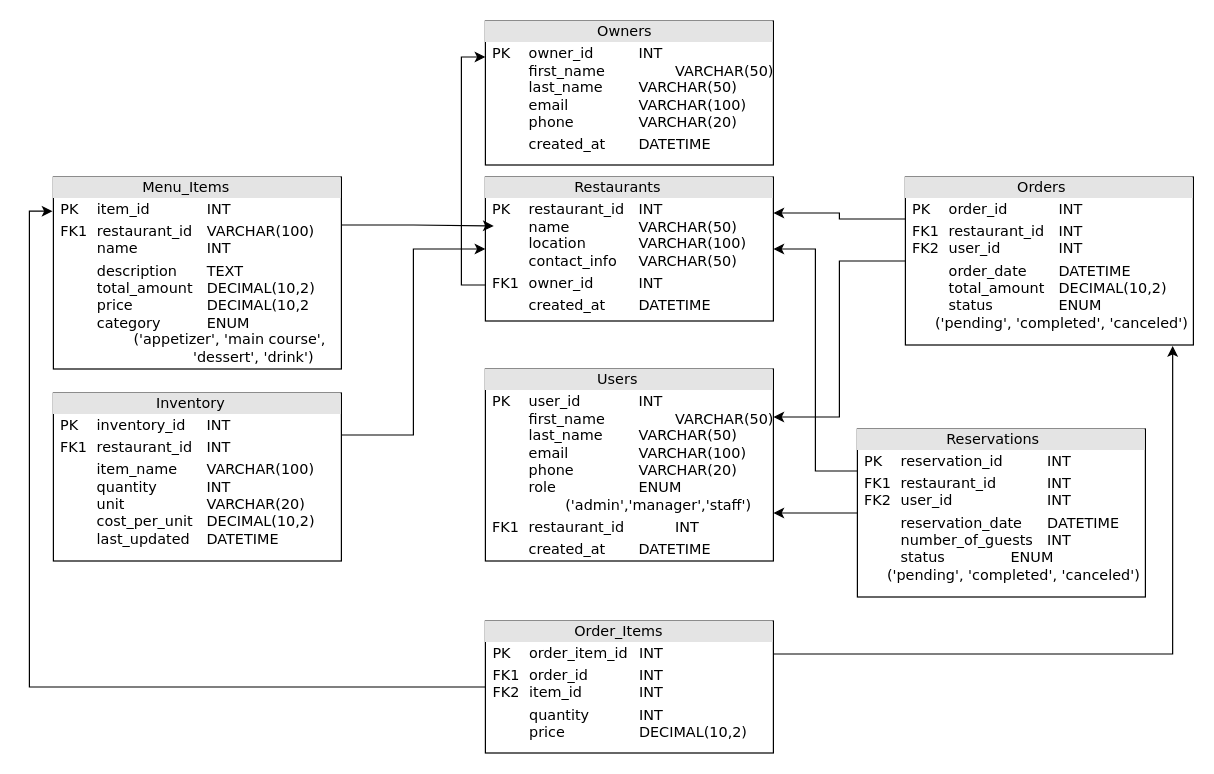
This is Untitled Diagram.drawio from SafwanAltawil/HelloWorld, a draw.io file, before an edit. Source tidied: cells renumbered, new cells numbered last; positions are measured from the earlier drawing's top-left corner, leaving out a move shared by most shapes. Both pictures are drawn from the tidied source at 120%, with x=0, y=0 at pixel (53, 20).
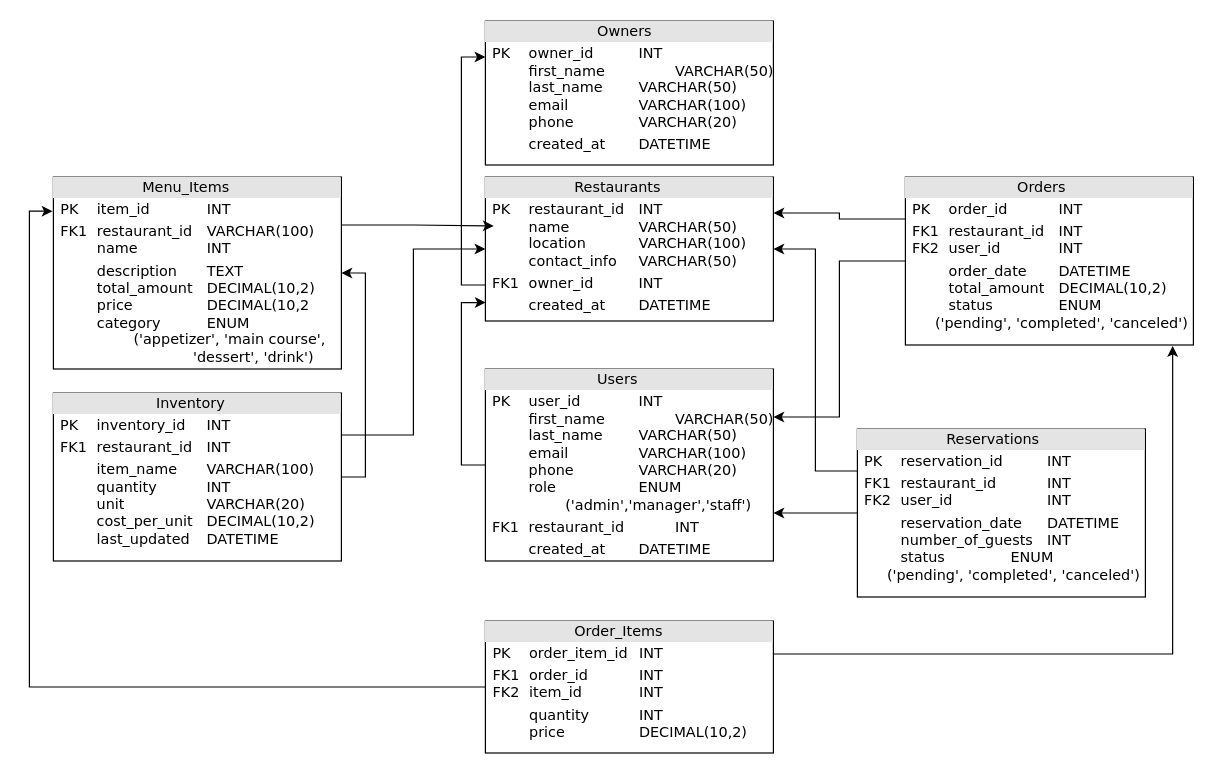
The same diagram, later.

The change refers to these unchanged cells:
```xml
<mxCell id="3" value="&lt;div style=&quot;box-sizing:border-box;width:100%;background:#e4e4e4;padding:2px;&quot;&gt;&lt;span style=&quot;white-space: pre;&quot;&gt;&#9;&lt;/span&gt;&lt;span style=&quot;white-space: pre;&quot;&gt;&#9;&lt;/span&gt;&amp;nbsp; &amp;nbsp;Restaurants&lt;/div&gt;&lt;table style=&quot;width:100%;font-size:1em;&quot; cellpadding=&quot;2&quot; cellspacing=&quot;0&quot;&gt;&lt;tbody&gt;&lt;tr&gt;&lt;td&gt;&lt;br&gt;&lt;/td&gt;&lt;td&gt;PK&lt;span style=&quot;white-space: pre;&quot;&gt;&#9;&lt;/span&gt;restaurant_id&lt;span style=&quot;white-space: pre;&quot;&gt;&#9;&lt;/span&gt;INT&lt;br&gt;&lt;span style=&quot;white-space: pre;&quot;&gt;&#9;&lt;/span&gt;name&lt;span style=&quot;white-space: pre;&quot;&gt;&#9;&lt;span style=&quot;white-space: pre;&quot;&gt;&#9;&lt;/span&gt;&lt;/span&gt;VARCHAR(50)&lt;br&gt;&lt;span style=&quot;white-space: pre;&quot;&gt;&#9;&lt;/span&gt;location &lt;span style=&quot;white-space: pre;&quot;&gt;&#9;&lt;span style=&quot;white-space: pre;&quot;&gt;&#9;&lt;/span&gt;&lt;/span&gt;VARCHAR(100)&lt;span style=&quot;white-space: pre;&quot;&gt;&#9;&lt;/span&gt;&lt;span style=&quot;white-space: pre;&quot;&gt;&#9;&lt;/span&gt;&lt;br&gt;&lt;span style=&quot;white-space: pre;&quot;&gt;&#9;&lt;/span&gt;contact_info&lt;span style=&quot;white-space: pre;&quot;&gt;&#9;&lt;/span&gt;VARCHAR(50)&lt;br&gt;&lt;/td&gt;&lt;/tr&gt;&lt;tr&gt;&lt;td&gt;&lt;br&gt;&lt;/td&gt;&lt;td&gt;FK1&lt;span style=&quot;white-space: pre;&quot;&gt;&#9;&lt;/span&gt;owner_id &lt;span style=&quot;white-space: pre;&quot;&gt;&#9;&lt;/span&gt;&lt;span style=&quot;white-space: pre;&quot;&gt;&#9;&lt;/span&gt;INT&lt;/td&gt;&lt;/tr&gt;&lt;tr&gt;&lt;td&gt;&lt;/td&gt;&lt;td&gt;&lt;span style=&quot;white-space: pre;&quot;&gt;&#9;&lt;/span&gt;created_at &lt;span style=&quot;white-space: pre;&quot;&gt;&#9;&lt;/span&gt;DATETIME&lt;span style=&quot;white-space: pre;&quot;&gt;&#9;&lt;/span&gt;&lt;br&gt;&lt;br&gt;&lt;br&gt;&lt;/td&gt;&lt;/tr&gt;&lt;/tbody&gt;&lt;/table&gt;" style="verticalAlign=top;align=left;overflow=fill;html=1;rounded=0;shadow=0;comic=0;labelBackgroundColor=none;strokeWidth=1;fontFamily=Verdana;fontSize=12;direction=west;" parent="1" vertex="1">
  <mxGeometry x="360" y="130" width="240" height="120" as="geometry" />
</mxCell>
<mxCell id="4" value="&lt;div style=&quot;box-sizing:border-box;width:100%;background:#e4e4e4;padding:2px;&quot;&gt;&lt;span style=&quot;white-space: pre;&quot;&gt;&#9;&lt;/span&gt;&lt;span style=&quot;white-space: pre;&quot;&gt;&#9;&lt;span style=&quot;white-space: pre;&quot;&gt;&#9;&lt;/span&gt;&lt;/span&gt;Users&lt;/div&gt;&lt;table style=&quot;width:100%;font-size:1em;&quot; cellpadding=&quot;2&quot; cellspacing=&quot;0&quot;&gt;&lt;tbody&gt;&lt;tr&gt;&lt;td&gt;&lt;br&gt;&lt;/td&gt;&lt;td&gt;PK&lt;span style=&quot;white-space: pre;&quot;&gt;&#9;&lt;/span&gt;user_id &lt;span style=&quot;white-space: pre;&quot;&gt;&#9;&lt;/span&gt;&lt;span style=&quot;white-space: pre;&quot;&gt;&#9;&lt;/span&gt;INT&lt;br&gt;&lt;span style=&quot;white-space: pre;&quot;&gt;&#9;&lt;/span&gt;first_name&lt;span style=&quot;white-space: pre;&quot;&gt;&#9;&lt;span style=&quot;white-space: pre;&quot;&gt;&#9;&lt;/span&gt;&lt;/span&gt;VARCHAR(50)&lt;br&gt;&lt;span style=&quot;white-space: pre;&quot;&gt;&#9;&lt;/span&gt;last_name &lt;span style=&quot;white-space: pre;&quot;&gt;&#9;&lt;/span&gt;VARCHAR(50)&lt;span style=&quot;white-space: pre;&quot;&gt;&#9;&lt;/span&gt;&lt;span style=&quot;white-space: pre;&quot;&gt;&#9;&lt;/span&gt;&lt;br&gt;&lt;span style=&quot;white-space: pre;&quot;&gt;&#9;&lt;/span&gt;email&lt;span style=&quot;white-space: pre;&quot;&gt;&#9;&lt;/span&gt;&lt;span style=&quot;white-space: pre;&quot;&gt;&#9;&lt;/span&gt;VARCHAR(100)&lt;br&gt;&lt;span style=&quot;white-space: pre;&quot;&gt;&#9;&lt;/span&gt;phone&lt;span style=&quot;white-space: pre;&quot;&gt;&#9;&lt;/span&gt;&lt;span style=&quot;white-space: pre;&quot;&gt;&#9;&lt;/span&gt;VARCHAR(20)&lt;br&gt;&lt;span style=&quot;white-space: pre;&quot;&gt;&#9;&lt;/span&gt;role &lt;span style=&quot;white-space: pre;&quot;&gt;&#9;&lt;/span&gt;&lt;span style=&quot;white-space: pre;&quot;&gt;&#9;&lt;/span&gt;&lt;span style=&quot;white-space: pre;&quot;&gt;&#9;&lt;/span&gt;ENUM&lt;br&gt;&lt;span style=&quot;white-space: pre;&quot;&gt;&#9;&lt;/span&gt;&lt;span style=&quot;white-space: pre;&quot;&gt;&#9;&lt;/span&gt;('admin','manager','staff')&lt;br&gt;&lt;/td&gt;&lt;/tr&gt;&lt;tr&gt;&lt;td&gt;&lt;br&gt;&lt;/td&gt;&lt;td&gt;FK1&lt;span style=&quot;white-space: pre;&quot;&gt;&#9;&lt;/span&gt;restaurant_id &lt;span style=&quot;white-space: pre;&quot;&gt;&#9;&lt;/span&gt;&lt;span style=&quot;white-space: pre;&quot;&gt;&#9;&lt;/span&gt;INT&lt;/td&gt;&lt;/tr&gt;&lt;tr&gt;&lt;td&gt;&lt;/td&gt;&lt;td&gt;&lt;span style=&quot;white-space: pre;&quot;&gt;&#9;&lt;/span&gt;created_at &lt;span style=&quot;white-space: pre;&quot;&gt;&#9;&lt;/span&gt;DATETIME&lt;span style=&quot;white-space: pre;&quot;&gt;&#9;&lt;/span&gt;&lt;br&gt;&lt;br&gt;&lt;br&gt;&lt;/td&gt;&lt;/tr&gt;&lt;/tbody&gt;&lt;/table&gt;" style="verticalAlign=top;align=left;overflow=fill;html=1;rounded=0;shadow=0;comic=0;labelBackgroundColor=none;strokeWidth=1;fontFamily=Verdana;fontSize=12;direction=west;" parent="1" vertex="1">
  <mxGeometry x="360" y="290" width="240" height="160" as="geometry" />
</mxCell>
<mxCell id="9" value="&lt;div style=&quot;box-sizing:border-box;width:100%;background:#e4e4e4;padding:2px;&quot;&gt;&lt;span style=&quot;white-space: pre;&quot;&gt;&#9;&lt;span style=&quot;white-space: pre;&quot;&gt;&#9;&lt;/span&gt;   &lt;/span&gt;Menu_Items&lt;/div&gt;&lt;table style=&quot;width:100%;font-size:1em;&quot; cellpadding=&quot;2&quot; cellspacing=&quot;0&quot;&gt;&lt;tbody&gt;&lt;tr&gt;&lt;td&gt;&lt;br&gt;&lt;/td&gt;&lt;td&gt;PK&lt;span style=&quot;white-space: pre;&quot;&gt;&#9;&lt;/span&gt;item_id&lt;span style=&quot;white-space: pre;&quot;&gt;&#9;&lt;/span&gt;&lt;span style=&quot;white-space: pre;&quot;&gt;&#9;&lt;/span&gt;INT&lt;br&gt;&lt;/td&gt;&lt;/tr&gt;&lt;tr&gt;&lt;td&gt;&lt;br&gt;&lt;/td&gt;&lt;td&gt;FK1&lt;span style=&quot;white-space: pre;&quot;&gt;&#9;&lt;/span&gt;restaurant_id &lt;span style=&quot;white-space: pre;&quot;&gt;&#9;&lt;/span&gt;VARCHAR(100)&lt;br&gt;&lt;span style=&quot;white-space: pre;&quot;&gt;&#9;&lt;/span&gt;name &lt;span style=&quot;white-space: pre;&quot;&gt;&#9;&lt;/span&gt;&lt;span style=&quot;white-space: pre;&quot;&gt;&#9;&lt;/span&gt;INT&lt;br&gt;&lt;/td&gt;&lt;/tr&gt;&lt;tr&gt;&lt;td&gt;&lt;/td&gt;&lt;td&gt;&lt;span style=&quot;white-space: pre;&quot;&gt;&#9;&lt;/span&gt;description &lt;span style=&quot;white-space: pre;&quot;&gt;&#9;&lt;/span&gt;TEXT&lt;span style=&quot;white-space: pre;&quot;&gt;&#9;&lt;/span&gt;&lt;br&gt;&lt;span style=&quot;white-space: pre;&quot;&gt;&#9;&lt;/span&gt;total_amount &lt;span style=&quot;white-space: pre;&quot;&gt;&#9;&lt;/span&gt;DECIMAL(10,2)&lt;br&gt;&lt;span style=&quot;white-space: pre;&quot;&gt;&#9;&lt;/span&gt;price &lt;span style=&quot;white-space: pre;&quot;&gt;&#9;&lt;/span&gt;&lt;span style=&quot;white-space: pre;&quot;&gt;&#9;&lt;/span&gt;DECIMAL(10,2&lt;span style=&quot;white-space: pre;&quot;&gt;&#9;&lt;/span&gt;&lt;br&gt;&lt;span style=&quot;white-space: pre;&quot;&gt;&#9;&lt;/span&gt;category &lt;span style=&quot;white-space: pre;&quot;&gt;&#9;&lt;/span&gt;&lt;span style=&quot;white-space: pre;&quot;&gt;&#9;&lt;/span&gt;ENUM&lt;br&gt;&lt;span style=&quot;white-space: pre;&quot;&gt;&#9;&lt;/span&gt;&lt;span style=&quot;white-space: pre;&quot;&gt;&#9;&lt;/span&gt;('appetizer', 'main course',&lt;br&gt;&lt;span style=&quot;white-space: pre;&quot;&gt;&#9;&lt;/span&gt;&lt;span style=&quot;white-space: pre;&quot;&gt;&#9;&lt;/span&gt;&lt;span style=&quot;white-space: pre;&quot;&gt;&#9;&lt;/span&gt;&amp;nbsp; &amp;nbsp;&amp;nbsp;&amp;nbsp;'dessert', 'drink')&lt;br&gt;&lt;br&gt;&lt;/td&gt;&lt;/tr&gt;&lt;/tbody&gt;&lt;/table&gt;" style="verticalAlign=top;align=left;overflow=fill;html=1;rounded=0;shadow=0;comic=0;labelBackgroundColor=none;strokeWidth=1;fontFamily=Verdana;fontSize=12;direction=west;" parent="1" vertex="1">
  <mxGeometry y="130" width="240" height="160" as="geometry" />
</mxCell>
<mxCell id="12" value="&lt;div style=&quot;box-sizing:border-box;width:100%;background:#e4e4e4;padding:2px;&quot;&gt;&lt;span style=&quot;white-space: pre;&quot;&gt;&#9;&lt;/span&gt;&lt;span style=&quot;white-space: pre;&quot;&gt;&#9;&lt;/span&gt;&lt;span style=&quot;white-space-collapse: preserve;&quot;&gt;&amp;nbsp;     &lt;/span&gt;Inventory&lt;/div&gt;&lt;table style=&quot;width:100%;font-size:1em;&quot; cellpadding=&quot;2&quot; cellspacing=&quot;0&quot;&gt;&lt;tbody&gt;&lt;tr&gt;&lt;td&gt;&lt;br&gt;&lt;/td&gt;&lt;td&gt;PK&lt;span style=&quot;white-space: pre;&quot;&gt;&#9;&lt;/span&gt;inventory_id&lt;span style=&quot;white-space: pre;&quot;&gt;&#9;&lt;/span&gt;INT&lt;br&gt;&lt;/td&gt;&lt;/tr&gt;&lt;tr&gt;&lt;td&gt;&lt;br&gt;&lt;/td&gt;&lt;td&gt;FK1&lt;span style=&quot;white-space: pre;&quot;&gt;&#9;&lt;/span&gt;restaurant_id &lt;span style=&quot;white-space: pre;&quot;&gt;&#9;&lt;/span&gt;INT&lt;br&gt;&lt;/td&gt;&lt;/tr&gt;&lt;tr&gt;&lt;td&gt;&lt;/td&gt;&lt;td&gt;&lt;span style=&quot;white-space: pre;&quot;&gt;&#9;&lt;/span&gt;item_name &lt;span style=&quot;white-space: pre;&quot;&gt;&#9;&lt;/span&gt;VARCHAR(100)&lt;span style=&quot;white-space: pre;&quot;&gt;&#9;&lt;/span&gt;&lt;br&gt;&lt;span style=&quot;white-space: pre;&quot;&gt;&#9;&lt;/span&gt;quantity &lt;span style=&quot;white-space: pre;&quot;&gt;&#9;&lt;span style=&quot;white-space: pre;&quot;&gt;&#9;&lt;/span&gt;I&lt;/span&gt;NT&lt;br&gt;&lt;span style=&quot;white-space: pre;&quot;&gt;&#9;&lt;/span&gt;unit &lt;span style=&quot;white-space: pre;&quot;&gt;&#9;&lt;/span&gt;&lt;span style=&quot;white-space: pre;&quot;&gt;&#9;&lt;/span&gt;&lt;span style=&quot;white-space: pre;&quot;&gt;&#9;&lt;/span&gt;VARCHAR(20)&lt;br&gt;&lt;span style=&quot;white-space: pre;&quot;&gt;&#9;&lt;/span&gt;cost_per_unit &lt;span style=&quot;white-space: pre;&quot;&gt;&#9;&lt;/span&gt;DECIMAL(10,2)&lt;span style=&quot;white-space: pre;&quot;&gt;&#9;&lt;/span&gt;&lt;br&gt;&lt;span style=&quot;white-space: pre;&quot;&gt;&#9;&lt;/span&gt;last_updated&lt;span style=&quot;white-space: pre;&quot;&gt;&#9;&lt;/span&gt;DATETIME&lt;br&gt;&lt;br&gt;&lt;/td&gt;&lt;/tr&gt;&lt;/tbody&gt;&lt;/table&gt;" style="verticalAlign=top;align=left;overflow=fill;html=1;rounded=0;shadow=0;comic=0;labelBackgroundColor=none;strokeWidth=1;fontFamily=Verdana;fontSize=12;direction=west;" parent="1" vertex="1">
  <mxGeometry y="310" width="240" height="140" as="geometry" />
</mxCell>
```

Diff of the diagram source:
```diff
@@
+    <mxCell id="19" style="edgeStyle=orthogonalEdgeStyle;rounded=0;jettySize=auto;html=1;exitX=0;exitY=0.5;exitDx=0;exitDy=0;entryX=0;entryY=0.5;entryDx=0;entryDy=0;" parent="1" edge="1" source="12" target="9">
+      <mxGeometry relative="1" as="geometry" />
+    </mxCell>
@@
+    <mxCell id="20" style="edgeStyle=orthogonalEdgeStyle;rounded=0;jettySize=auto;html=1;exitX=1;exitY=0.5;exitDx=0;exitDy=0;entryX=0.999;entryY=0.128;entryDx=0;entryDy=0;entryPerimeter=0;" parent="1" edge="1" source="4" target="3">
+      <mxGeometry relative="1" as="geometry" />
+    </mxCell>
```
